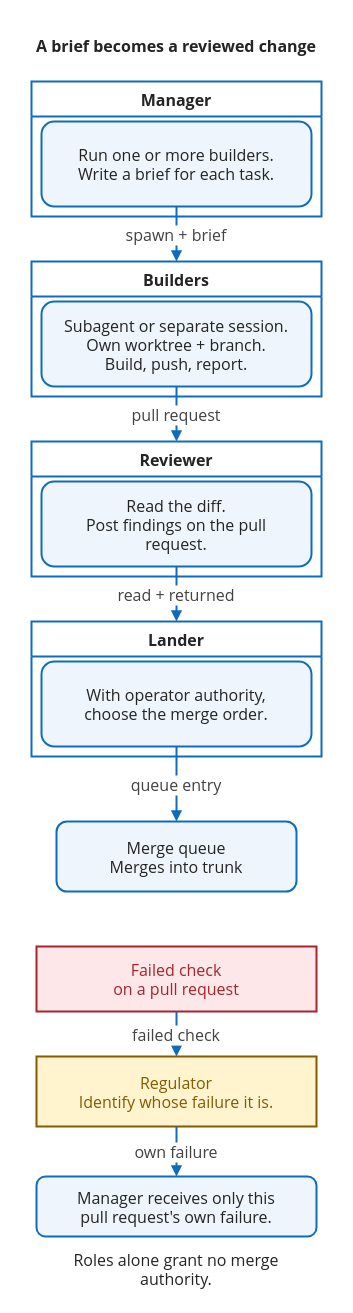
The draw.io diagram page "Mobile" (2 of 2) of docs/assets/diagrams/g04-build-handoffs.drawio in wshallwshall/korus, before the edit. Source tidied: cells renumbered, new cells numbered last; positions are measured from the earlier drawing's top-left corner, leaving out a move shared by most shapes. Both pictures are drawn from the tidied source at 100%, with x=0, y=0 at pixel (16, 16).
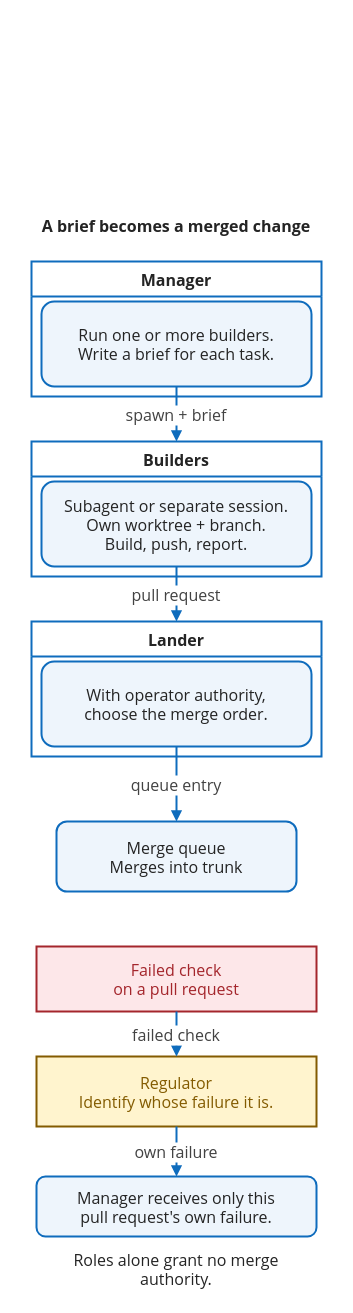
Above is the later version.

Commit message (it also covers changes not shown here):
docs(diagrams): redraw g04-build-handoffs without the retired Reviewer lane (#107)

The change refers to these unchanged cells:
```xml
<mxCell id="7" value="Subagent or separate session.&#10;Own worktree + branch.&#10;Build, push, report." style="html=0;fontFamily=Segoe UI,Arial,sans-serif;fontSize=16;fontColor=#242424;strokeColor=#0f6cbd;strokeWidth=2;fillColor=#eef5fc;spacing=10;rounded=1;fontFamily=Segoe UI,Arial,sans-serif;fontSize=16;" parent="6" vertex="1">
  <mxGeometry x="10" y="40" width="270" height="85" as="geometry" />
</mxCell>
<mxCell id="12" value="Lander" style="html=0;fontFamily=Segoe UI,Arial,sans-serif;fontSize=16;fontColor=#242424;strokeColor=#0f6cbd;strokeWidth=2;fillColor=#eef5fc;spacing=10;swimlane;startSize=35;fillColor=#ffffff;fontFamily=Segoe UI,Arial,sans-serif;fontSize=16;" parent="1" vertex="1">
  <mxGeometry x="15" y="605" width="290" height="135" as="geometry" />
</mxCell>
```

What changed in the source:
```diff
@@
     <mxCell id="2" style="html=0;fontFamily=Segoe UI,Arial,sans-serif;fontSize=16;fontColor=#242424;strokeColor=#0f6cbd;strokeWidth=2;fillColor=#eef5fc;spacing=10;fillColor=#ffffff;strokeColor=none;fontFamily=Segoe UI,Arial,sans-serif;fontSize=16;" parent="1" vertex="1">
-      <mxGeometry width="320" height="1280" as="geometry" />
+      <mxGeometry y="180" width="320" height="1100" as="geometry" />
     </mxCell>
-    <mxCell id="3" value="A brief becomes a reviewed change" style="html=0;fontFamily=Segoe UI,Arial,sans-serif;fontSize=16;fontColor=#242424;strokeColor=#0f6cbd;strokeWidth=2;fillColor=#eef5fc;spacing=10;fillColor=none;strokeColor=none;spacing=0;fontStyle=1;fontFamily=Segoe UI,Arial,sans-serif;fontSize=16;" parent="1" vertex="1">
-      <mxGeometry x="10" y="8" width="300" height="42" as="geometry" />
+    <mxCell id="3" value="A brief becomes a merged change" style="html=0;fontFamily=Segoe UI,Arial,sans-serif;fontSize=16;fontColor=#242424;strokeColor=#0f6cbd;strokeWidth=2;fillColor=#eef5fc;spacing=10;fillColor=none;strokeColor=none;spacing=0;fontStyle=1;fontFamily=Segoe UI,Arial,sans-serif;fontSize=16;" parent="1" vertex="1">
+      <mxGeometry x="10" y="188" width="300" height="42" as="geometry" />
     </mxCell>
     <mxCell id="4" value="Manager" style="html=0;fontFamily=Segoe UI,Arial,sans-serif;fontSize=16;fontColor=#242424;strokeColor=#0f6cbd;strokeWidth=2;fillColor=#eef5fc;spacing=10;swimlane;startSize=35;fillColor=#ffffff;fontFamily=Segoe UI,Arial,sans-serif;fontSize=16;" parent="1" vertex="1">
-      <mxGeometry x="15" y="65" width="290" height="135" as="geometry" />
+      <mxGeometry x="15" y="245" width="290" height="135" as="geometry" />
     </mxCell>
@@
     <mxCell id="6" value="Builders" style="html=0;fontFamily=Segoe UI,Arial,sans-serif;fontSize=16;fontColor=#242424;strokeColor=#0f6cbd;strokeWidth=2;fillColor=#eef5fc;spacing=10;swimlane;startSize=35;fillColor=#ffffff;fontFamily=Segoe UI,Arial,sans-serif;fontSize=16;" parent="1" vertex="1">
-      <mxGeometry x="15" y="245" width="290" height="135" as="geometry" />
+      <mxGeometry x="15" y="425" width="290" height="135" as="geometry" />
     </mxCell>
@@
-    <mxCell id="9" value="Reviewer" style="html=0;fontFamily=Segoe UI,Arial,sans-serif;fontSize=16;fontColor=#242424;strokeColor=#0f6cbd;strokeWidth=2;fillColor=#eef5fc;spacing=10;swimlane;startSize=35;fillColor=#ffffff;fontFamily=Segoe UI,Arial,sans-serif;fontSize=16;" parent="1" vertex="1">
-      <mxGeometry x="15" y="425" width="290" height="135" as="geometry" />
-    </mxCell>
-    <mxCell id="10" value="Read the diff.&#10;Post findings on the pull&#10;request." style="html=0;fontFamily=Segoe UI,Arial,sans-serif;fontSize=16;fontColor=#242424;strokeColor=#0f6cbd;strokeWidth=2;fillColor=#eef5fc;spacing=10;rounded=1;fontFamily=Segoe UI,Arial,sans-serif;fontSize=16;" parent="9" vertex="1">
-      <mxGeometry x="10" y="40" width="270" height="85" as="geometry" />
-    </mxCell>
-    <mxCell id="11" value="pull request" style="edgeStyle=orthogonalEdgeStyle;rounded=0;html=0;fontFamily=Segoe UI,Arial,sans-serif;fontSize=16;fontColor=#424242;labelBackgroundColor=#ffffff;strokeColor=#0f6cbd;strokeWidth=2;endArrow=block;endFill=1;" parent="1" edge="1" source="7" target="9">
-      <mxGeometry relative="1" as="geometry" />
-    </mxCell>
@@
-    <mxCell id="14" value="read + returned" style="edgeStyle=orthogonalEdgeStyle;rounded=0;html=0;fontFamily=Segoe UI,Arial,sans-serif;fontSize=16;fontColor=#424242;labelBackgroundColor=#ffffff;strokeColor=#0f6cbd;strokeWidth=2;endArrow=block;endFill=1;" parent="1" edge="1" source="10" target="12">
-      <mxGeometry relative="1" as="geometry" />
-    </mxCell>
+    <mxCell id="11" value="pull request" style="edgeStyle=orthogonalEdgeStyle;rounded=0;html=0;fontFamily=Segoe UI,Arial,sans-serif;fontSize=16;fontColor=#424242;labelBackgroundColor=#ffffff;strokeColor=#0f6cbd;strokeWidth=2;endArrow=block;endFill=1;" parent="1" edge="1" source="7" target="12">
+      <mxGeometry relative="1" as="geometry" />
+    </mxCell>
```
